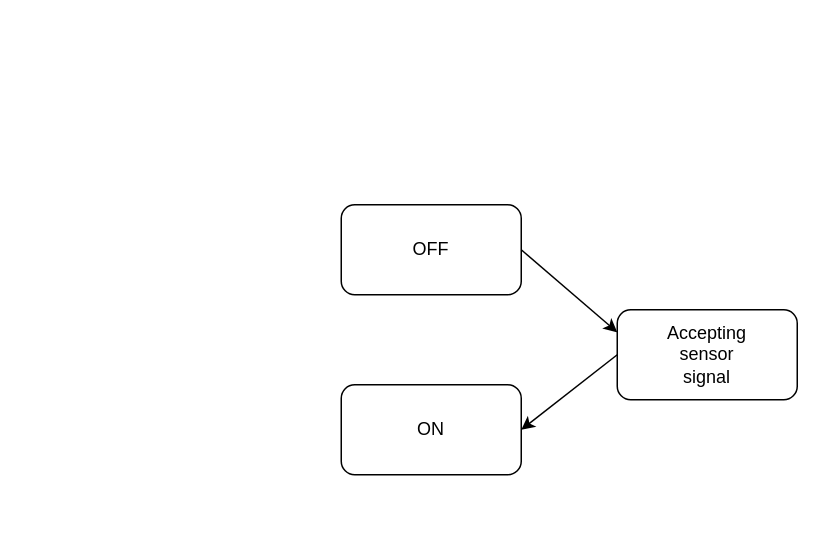
Earlier version of the draw.io diagram page "Page-1" (1 of 2) of condition.drawio (yanelena/diagrams). Source tidied: cells renumbered, new cells numbered last; positions are measured from the earlier drawing's top-left corner, leaving out a move shared by most shapes. Both pictures are drawn from the tidied source at 150%, with x=0, y=0 at pixel (340, 204).
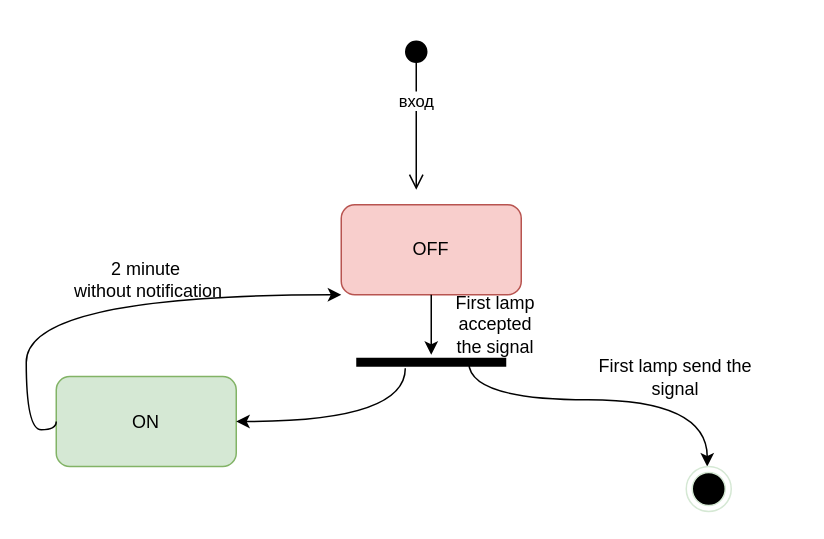
Above is the later version.

What changed in the source:
```diff
@@
-    <mxCell id="2" style="rounded=1;whiteSpace=wrap;html=1;" parent="1" vertex="1">
+    <mxCell id="2" style="rounded=1;whiteSpace=wrap;html=1;fillColor=#f8cecc;strokeColor=#b85450;" parent="1" vertex="1">
       <mxGeometry width="120" height="60" as="geometry" />
     </mxCell>
@@
-    <mxCell id="4" style="rounded=1;whiteSpace=wrap;html=1;" parent="1" vertex="1">
-      <mxGeometry y="120" width="120" height="60" as="geometry" />
+    <mxCell id="4" style="rounded=1;whiteSpace=wrap;html=1;fillColor=#d5e8d4;strokeColor=#82b366;" parent="1" vertex="1">
+      <mxGeometry x="-190" y="114.5" width="120" height="60" as="geometry" />
     </mxCell>
     <mxCell id="5" value="ON" style="text;html=1;strokeColor=none;fillColor=none;align=center;verticalAlign=middle;whiteSpace=wrap;rounded=0;" parent="1" vertex="1">
-      <mxGeometry x="40" y="140" width="40" height="20" as="geometry" />
+      <mxGeometry x="-150" y="134.5" width="40" height="20" as="geometry" />
     </mxCell>
-    <mxCell id="6" style="rounded=1;whiteSpace=wrap;html=1;" parent="1" vertex="1">
-      <mxGeometry x="184" y="70" width="120" height="60" as="geometry" />
-    </mxCell>
-    <mxCell id="7" value="Accepting sensor signal" style="text;html=1;strokeColor=none;fillColor=none;align=center;verticalAlign=middle;whiteSpace=wrap;rounded=0;" parent="1" vertex="1">
-      <mxGeometry x="224" y="90" width="40" height="20" as="geometry" />
+    <mxCell id="7" value="First lamp accepted the signal" style="text;html=1;strokeColor=none;fillColor=none;align=center;verticalAlign=middle;whiteSpace=wrap;rounded=0;" parent="1" vertex="1">
+      <mxGeometry x="70" y="59" width="66" height="41" as="geometry" />
     </mxCell>
-    <mxCell id="8" style="endArrow=classic;html=1;exitX=1;exitY=0.5;exitDx=0;exitDy=0;entryX=0;entryY=0.25;entryDx=0;entryDy=0;" parent="1" edge="1" source="2" target="6">
-      <mxGeometry relative="1" as="geometry" />
-    </mxCell>
-    <mxCell id="9" style="endArrow=classic;html=1;exitX=0;exitY=0.5;exitDx=0;exitDy=0;entryX=1;entryY=0.5;entryDx=0;entryDy=0;" parent="1" edge="1" source="6" target="4">
-      <mxGeometry relative="1" as="geometry" />
-    </mxCell>
+    <mxCell id="10" value="2 minute&lt;br&gt;&amp;nbsp;without&amp;nbsp;notification" style="text;html=1;strokeColor=none;fillColor=none;align=center;verticalAlign=middle;whiteSpace=wrap;rounded=0;" parent="1" vertex="1">
+      <mxGeometry x="-150" y="40" width="40" height="20" as="geometry" />
+    </mxCell>
+    <mxCell id="11" style="endArrow=classic;html=1;exitX=0;exitY=0.5;exitDx=0;exitDy=0;entryX=0;entryY=1;entryDx=0;entryDy=0;edgeStyle=orthogonalEdgeStyle;curved=1;" parent="1" edge="1" source="4" target="2">
+      <mxGeometry relative="1" as="geometry">
+        <Array as="points">
+          <mxPoint x="-190" y="150" />
+          <mxPoint x="-210" y="150" />
+          <mxPoint x="-210" y="60" />
+        </Array>
+      </mxGeometry>
+    </mxCell>
+    <mxCell id="12" style="endArrow=classic;html=1;entryX=0.5;entryY=0;entryDx=0;entryDy=0;edgeStyle=orthogonalEdgeStyle;curved=1;exitX=0.75;exitY=0.5;exitDx=0;exitDy=0;exitPerimeter=0;" parent="1" edge="1" source="15">
+      <mxGeometry relative="1" as="geometry">
+        <mxPoint x="244" y="174.5" as="targetPoint" />
+        <Array as="points">
+          <mxPoint x="85" y="130" />
+          <mxPoint x="244" y="130" />
+        </Array>
+      </mxGeometry>
+    </mxCell>
+    <mxCell id="13" value="вход" style="html=1;verticalAlign=bottom;startArrow=circle;startFill=1;endArrow=open;startSize=6;endSize=8;" parent="1" edge="1">
+      <mxGeometry relative="1" as="geometry">
+        <mxPoint x="50" y="-110" as="sourcePoint" />
+        <mxPoint x="50" y="-10" as="targetPoint" />
+      </mxGeometry>
+    </mxCell>
+    <mxCell id="14" value="First lamp send the signal" style="text;html=1;strokeColor=none;fillColor=none;align=center;verticalAlign=middle;whiteSpace=wrap;rounded=0;" parent="1" vertex="1">
+      <mxGeometry x="170" y="94.5" width="106" height="40" as="geometry" />
+    </mxCell>
+    <mxCell id="15" style="shape=line;html=1;strokeWidth=6;" parent="1" vertex="1">
+      <mxGeometry x="10" y="100" width="100" height="10" as="geometry" />
+    </mxCell>
+    <mxCell id="16" style="endArrow=classic;html=1;exitX=0.5;exitY=1;exitDx=0;exitDy=0;" parent="1" edge="1" source="2" target="15">
+      <mxGeometry relative="1" as="geometry" />
+    </mxCell>
+    <mxCell id="17" style="endArrow=classic;html=1;exitX=0.327;exitY=0.9;exitDx=0;exitDy=0;exitPerimeter=0;entryX=1;entryY=0.5;entryDx=0;entryDy=0;edgeStyle=orthogonalEdgeStyle;curved=1;" parent="1" edge="1" source="15" target="4">
+      <mxGeometry relative="1" as="geometry" />
+    </mxCell>
+    <mxCell id="18" style="ellipse;html=1;shape=endState;fillColor=#000000;strokeColor=#D5E8D4;" parent="1" vertex="1">
+      <mxGeometry x="230" y="174.5" width="30" height="30" as="geometry" />
+    </mxCell>
```
